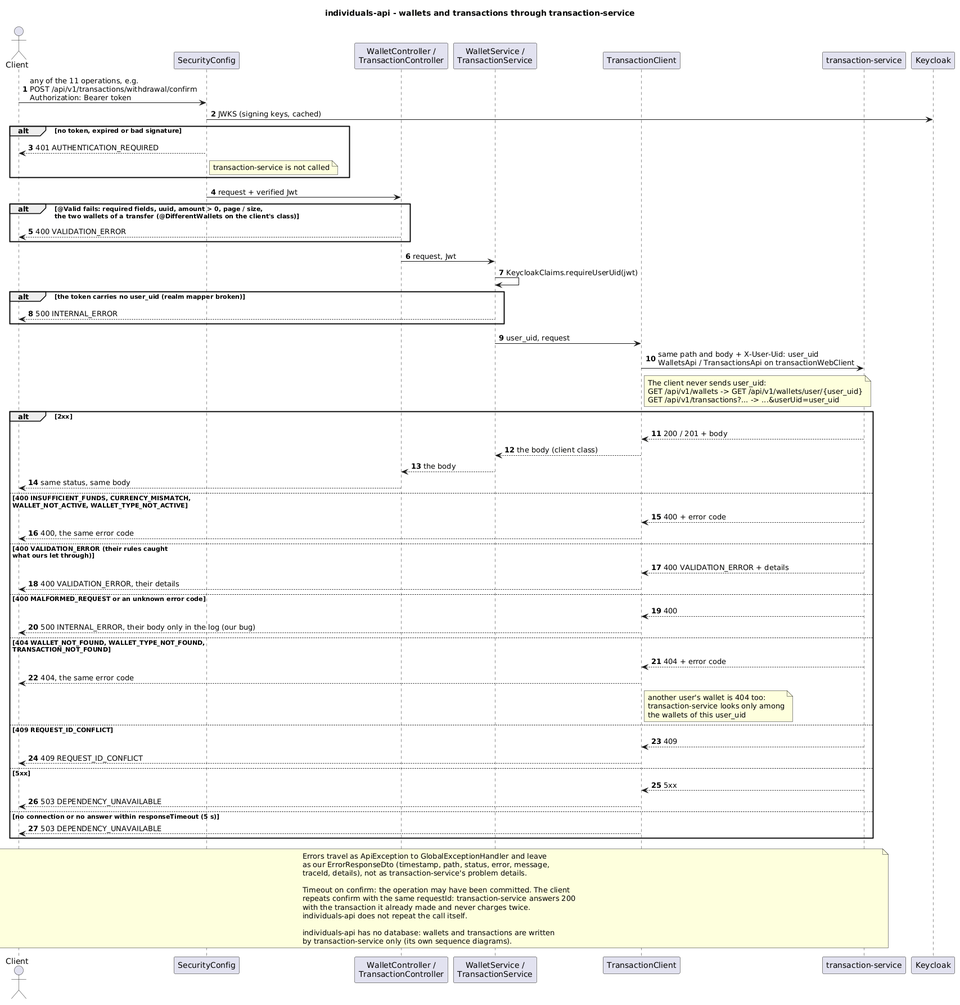
Earlier version of the PlantUML export individuals-api/diagrams-c4/png/en/sequence-wallets-transactions.png (dezxxx/payment-platform).
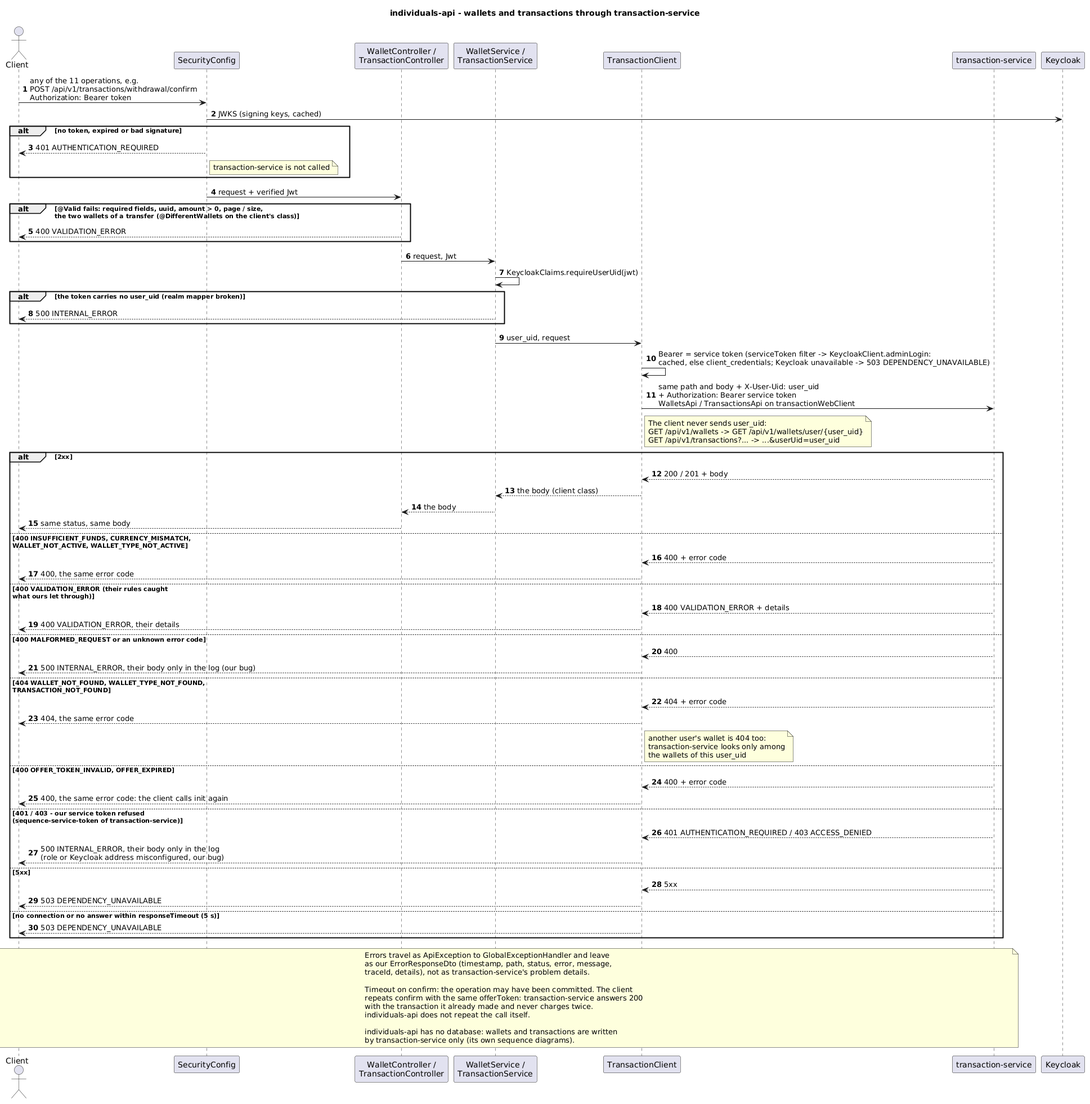
After the commit.

What changed in the source:
```diff
@@ -31,7 +31,8 @@
 end
 
 Svc -> TCl : user_uid, request
-TCl -> Tx : same path and body + X-User-Uid: user_uid\nWalletsApi / TransactionsApi on transactionWebClient
+TCl -> TCl : Bearer = service token (serviceToken filter -> KeycloakClient.adminLogin:\ncached, else client_credentials; Keycloak unavailable -> 503 DEPENDENCY_UNAVAILABLE)
+TCl -> Tx : same path and body + X-User-Uid: user_uid\n+ Authorization: Bearer service token\nWalletsApi / TransactionsApi on transactionWebClient
 note right of TCl
   The client never sends user_uid:
   GET /api/v1/wallets -> GET /api/v1/wallets/user/{user_uid}
@@ -56,9 +57,12 @@
   Tx --> TCl : 404 + error code
   TCl --> Client : 404, the same error code
   note right of TCl : another user's wallet is 404 too:\ntransaction-service looks only among\nthe wallets of this user_uid
-else 409 REQUEST_ID_CONFLICT
-  Tx --> TCl : 409
-  TCl --> Client : 409 REQUEST_ID_CONFLICT
+else 400 OFFER_TOKEN_INVALID, OFFER_EXPIRED
+  Tx --> TCl : 400 + error code
+  TCl --> Client : 400, the same error code: the client calls init again
+else 401 / 403 - our service token refused\n(sequence-service-token of transaction-service)
+  Tx --> TCl : 401 AUTHENTICATION_REQUIRED / 403 ACCESS_DENIED
+  TCl --> Client : 500 INTERNAL_ERROR, their body only in the log\n(role or Keycloak address misconfigured, our bug)
 else 5xx
   Tx --> TCl : 5xx
   TCl --> Client : 503 DEPENDENCY_UNAVAILABLE
@@ -72,7 +76,7 @@
   traceId, details), not as transaction-service's problem details.
 
   Timeout on confirm: the operation may have been committed. The client
-  repeats confirm with the same requestId: transaction-service answers 200
+  repeats confirm with the same offerToken: transaction-service answers 200
   with the transaction it already made and never charges twice.
   individuals-api does not repeat the call itself.
 
```
